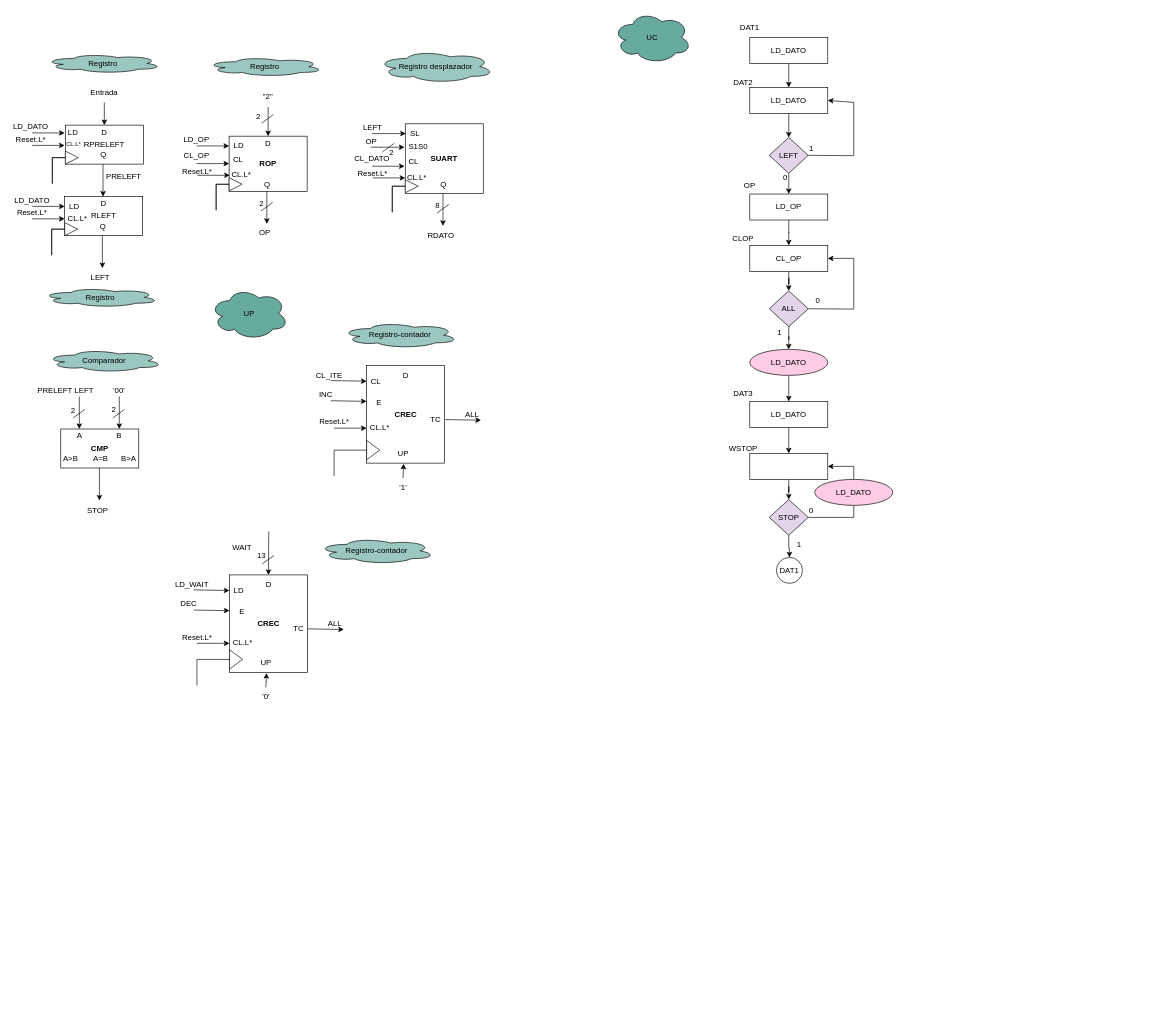
AlexAgustin/Grupo-C4 keeps this draw.io diagram as Grupo-C4/Proyecto/Documentación/UART.drawio. Above is the earlier version. Source tidied: cells renumbered, new cells numbered last; positions are measured from the earlier drawing's top-left corner, leaving out a move shared by most shapes. Both pictures are drawn from the tidied source at 65%, with x=0, y=0 at pixel (11, 11).
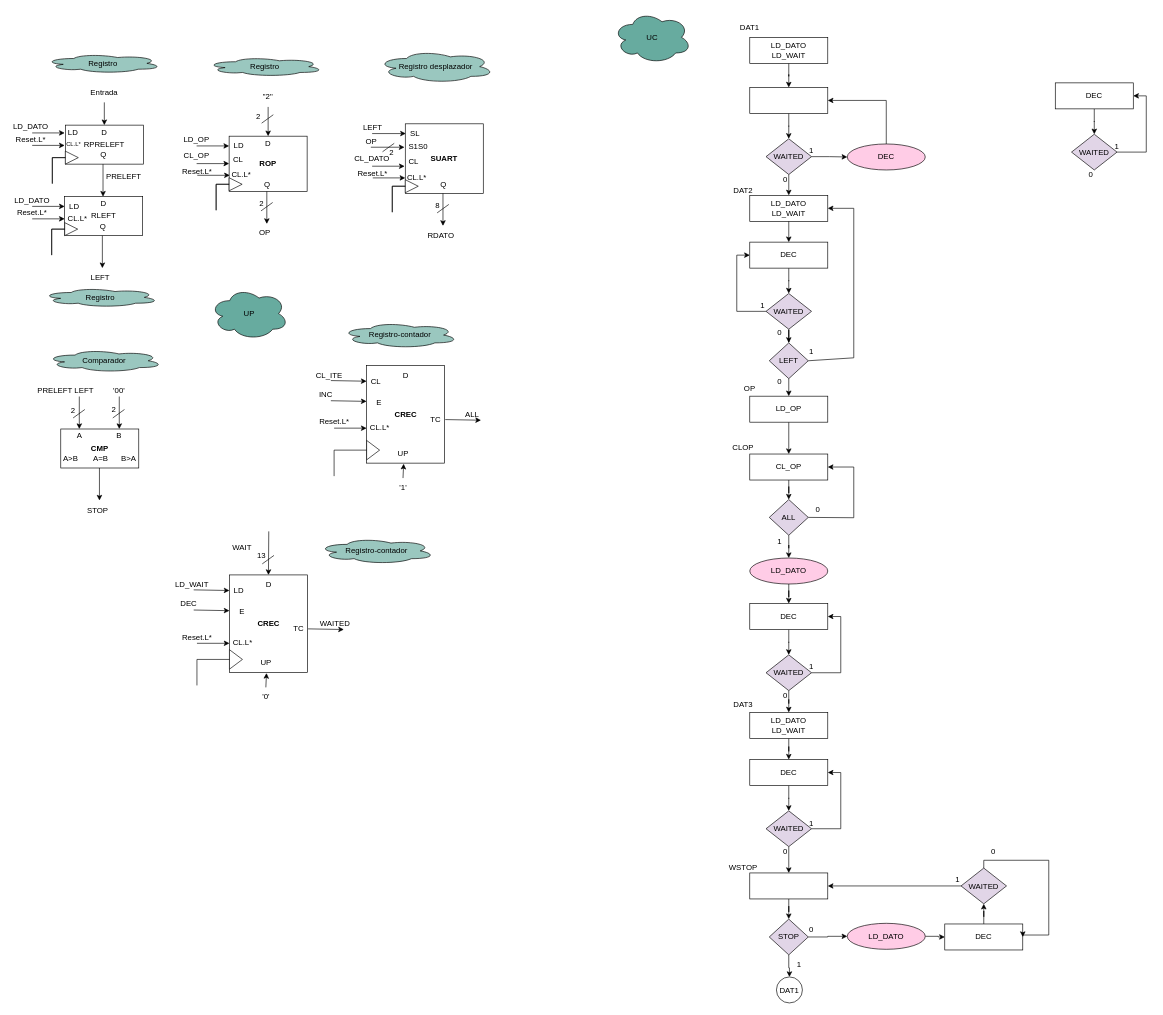
The same diagram, later.

Commit message:
UART UC y UP terminado

What changed in the source:
```diff
@@
+    <mxCell id="178" style="edgeStyle=orthogonalEdgeStyle;rounded=0;jettySize=auto;html=1;entryX=0.5;entryY=0;entryDx=0;entryDy=0;" parent="1" edge="1" source="93" target="188">
+      <mxGeometry relative="1" as="geometry" />
+    </mxCell>
-    <mxCell id="93" value="LD_DATO" style="rounded=0;whiteSpace=wrap;html=1;" parent="1" vertex="1">
+    <mxCell id="93" value="LD_DATO&lt;br&gt;LD_WAIT" style="rounded=0;whiteSpace=wrap;html=1;" parent="1" vertex="1">
       <mxGeometry x="1136" y="40" width="120" height="40" as="geometry" />
     </mxCell>
@@
-    <mxCell id="96" value="LD_DATO" style="rounded=0;whiteSpace=wrap;html=1;" parent="1" vertex="1">
-      <mxGeometry x="1136" y="117" width="120" height="40" as="geometry" />
+    <mxCell id="96" value="LD_DATO&lt;br&gt;LD_WAIT" style="rounded=0;whiteSpace=wrap;html=1;" parent="1" vertex="1">
+      <mxGeometry x="1136" y="283" width="120" height="40" as="geometry" />
     </mxCell>
     <mxCell id="97" value="LEFT" style="rhombus;whiteSpace=wrap;html=1;fillColor=#E1D5E7;" parent="1" vertex="1">
-      <mxGeometry x="1166" y="194" width="60" height="55" as="geometry" />
+      <mxGeometry x="1166" y="510" width="60" height="55" as="geometry" />
     </mxCell>
@@
     <mxCell id="99" value="LD_OP" style="rounded=0;whiteSpace=wrap;html=1;" parent="1" vertex="1">
-      <mxGeometry x="1136" y="281" width="120" height="40" as="geometry" />
+      <mxGeometry x="1136" y="592" width="120" height="40" as="geometry" />
     </mxCell>
@@
     <mxCell id="101" value="CL_OP" style="rounded=0;whiteSpace=wrap;html=1;" parent="1" vertex="1">
-      <mxGeometry x="1136" y="360" width="120" height="40" as="geometry" />
+      <mxGeometry x="1136" y="681" width="120" height="40" as="geometry" />
     </mxCell>
@@
     <mxCell id="103" value="ALL" style="rhombus;whiteSpace=wrap;html=1;fillColor=#E1D5E7;" parent="1" vertex="1">
-      <mxGeometry x="1166" y="430" width="60" height="55" as="geometry" />
+      <mxGeometry x="1166" y="751" width="60" height="55" as="geometry" />
     </mxCell>
-    <mxCell id="104" style="endArrow=classic;html=1;rounded=0;exitX=0.5;exitY=1;exitDx=0;exitDy=0;entryX=0.5;entryY=0;entryDx=0;entryDy=0;" parent="1" edge="1" source="93" target="96">
+    <mxCell id="104" style="endArrow=classic;html=1;rounded=0;exitX=0.5;exitY=1;exitDx=0;exitDy=0;entryX=0.5;entryY=0;entryDx=0;entryDy=0;" parent="1" edge="1" source="190" target="96">
       <mxGeometry relative="1" as="geometry" />
     </mxCell>
-    <mxCell id="105" style="endArrow=classic;html=1;rounded=0;exitX=0.5;exitY=1;exitDx=0;exitDy=0;entryX=0.5;entryY=0;entryDx=0;entryDy=0;" parent="1" edge="1" source="96" target="97">
+    <mxCell id="105" style="endArrow=classic;html=1;rounded=0;exitX=0.5;exitY=1;exitDx=0;exitDy=0;entryX=0.5;entryY=0;entryDx=0;entryDy=0;" parent="1" edge="1" source="96" target="196">
       <mxGeometry relative="1" as="geometry" />
     </mxCell>
@@
     <mxCell id="107" style="endArrow=classic;html=1;rounded=0;exitX=1;exitY=0.5;exitDx=0;exitDy=0;entryX=1;entryY=0.5;entryDx=0;entryDy=0;" parent="1" edge="1" source="97" target="96">
       <mxGeometry relative="1" as="geometry">
         <Array as="points">
-          <mxPoint x="1296" y="222" />
-          <mxPoint x="1296" y="140" />
+          <mxPoint x="1296" y="533" />
+          <mxPoint x="1296" y="303" />
         </Array>
       </mxGeometry>
     </mxCell>
     <mxCell id="108" value="0" style="text;html=1;strokeColor=none;fillColor=none;align=center;verticalAlign=middle;whiteSpace=wrap;rounded=0;" parent="1" vertex="1">
-      <mxGeometry x="1186" y="246" width="10" height="20" as="geometry" />
+      <mxGeometry x="1177" y="560" width="10" height="20" as="geometry" />
     </mxCell>
     <mxCell id="109" value="1" style="text;html=1;strokeColor=none;fillColor=none;align=center;verticalAlign=middle;whiteSpace=wrap;rounded=0;" parent="1" vertex="1">
-      <mxGeometry x="1226" y="202" width="10" height="20" as="geometry" />
+      <mxGeometry x="1226" y="513" width="10" height="20" as="geometry" />
     </mxCell>
     <mxCell id="110" value="0" style="text;html=1;strokeColor=none;fillColor=none;align=center;verticalAlign=middle;whiteSpace=wrap;rounded=0;" parent="1" vertex="1">
-      <mxGeometry x="1236" y="435" width="10" height="20" as="geometry" />
+      <mxGeometry x="1236" y="756" width="10" height="20" as="geometry" />
     </mxCell>
     <mxCell id="111" value="1" style="text;html=1;strokeColor=none;fillColor=none;align=center;verticalAlign=middle;whiteSpace=wrap;rounded=0;" parent="1" vertex="1">
-      <mxGeometry x="1177" y="485" width="10" height="20" as="geometry" />
+      <mxGeometry x="1177" y="806" width="10" height="20" as="geometry" />
     </mxCell>
-    <mxCell id="112" style="edgeStyle=orthogonalEdgeStyle;rounded=0;jettySize=auto;html=1;" parent="1" edge="1" source="113" target="115">
+    <mxCell id="112" style="edgeStyle=orthogonalEdgeStyle;rounded=0;jettySize=auto;html=1;entryX=0.5;entryY=0;entryDx=0;entryDy=0;" parent="1" edge="1" source="113" target="203">
       <mxGeometry relative="1" as="geometry" />
     </mxCell>
     <mxCell id="113" value="LD_DATO" style="ellipse;whiteSpace=wrap;html=1;fillColor=#FFCCE6;" parent="1" vertex="1">
-      <mxGeometry x="1136" y="520" width="120" height="40" as="geometry" />
+      <mxGeometry x="1136" y="841" width="120" height="40" as="geometry" />
     </mxCell>
-    <mxCell id="114" style="edgeStyle=orthogonalEdgeStyle;rounded=0;jettySize=auto;html=1;" parent="1" edge="1" source="115" target="117">
+    <mxCell id="114" style="edgeStyle=orthogonalEdgeStyle;rounded=0;jettySize=auto;html=1;" parent="1" edge="1" source="115" target="210">
       <mxGeometry relative="1" as="geometry" />
     </mxCell>
-    <mxCell id="115" value="LD_DATO" style="rounded=0;whiteSpace=wrap;html=1;" parent="1" vertex="1">
-      <mxGeometry x="1136" y="600" width="120" height="40" as="geometry" />
+    <mxCell id="115" value="LD_DATO&lt;br&gt;LD_WAIT" style="rounded=0;whiteSpace=wrap;html=1;" parent="1" vertex="1">
+      <mxGeometry x="1136" y="1078.5" width="120" height="40" as="geometry" />
     </mxCell>
@@
     <mxCell id="117" style="rounded=0;whiteSpace=wrap;html=1;" parent="1" vertex="1">
-      <mxGeometry x="1136" y="680" width="120" height="40" as="geometry" />
+      <mxGeometry x="1136" y="1325.5" width="120" height="40" as="geometry" />
     </mxCell>
@@
+    <mxCell id="179" style="edgeStyle=orthogonalEdgeStyle;rounded=0;jettySize=auto;html=1;entryX=0;entryY=0.5;entryDx=0;entryDy=0;" parent="1" edge="1" source="119" target="131">
+      <mxGeometry relative="1" as="geometry">
+        <Array as="points">
+          <mxPoint x="1256" y="1424" />
+          <mxPoint x="1286" y="1423" />
+        </Array>
+      </mxGeometry>
+    </mxCell>
     <mxCell id="119" value="STOP" style="rhombus;whiteSpace=wrap;html=1;fillColor=#E1D5E7;" parent="1" vertex="1">
-      <mxGeometry x="1166" y="751" width="60" height="55" as="geometry" />
+      <mxGeometry x="1166" y="1396.5" width="60" height="55" as="geometry" />
     </mxCell>
     <mxCell id="120" value="DAT1" style="ellipse;whiteSpace=wrap;html=1;fillColor=#FFFFFF;" parent="1" vertex="1">
-      <mxGeometry x="1177" y="840" width="40" height="40" as="geometry" />
+      <mxGeometry x="1177" y="1485.5" width="40" height="40" as="geometry" />
     </mxCell>
-    <mxCell id="121" style="edgeStyle=orthogonalEdgeStyle;rounded=0;jettySize=auto;html=1;exitX=1;exitY=0.5;exitDx=0;exitDy=0;entryX=1;entryY=0.5;entryDx=0;entryDy=0;" parent="1" edge="1" source="119" target="117">
-      <mxGeometry relative="1" as="geometry">
-        <Array as="points">
-          <mxPoint x="1296" y="779" />
-          <mxPoint x="1296" y="700" />
-        </Array>
-      </mxGeometry>
-    </mxCell>
     <mxCell id="122" style="endArrow=classic;html=1;rounded=0;entryX=1;entryY=0.5;entryDx=0;entryDy=0;exitX=1;exitY=0.5;exitDx=0;exitDy=0;" parent="1" edge="1" source="103" target="101">
       <mxGeometry relative="1" as="geometry">
         <Array as="points">
-          <mxPoint x="1296" y="458" />
-          <mxPoint x="1296" y="380" />
+          <mxPoint x="1296" y="779" />
+          <mxPoint x="1296" y="701" />
         </Array>
       </mxGeometry>
     </mxCell>
     <mxCell id="123" value="1" style="text;html=1;strokeColor=none;fillColor=none;align=center;verticalAlign=middle;whiteSpace=wrap;rounded=0;" parent="1" vertex="1">
-      <mxGeometry x="1207" y="810" width="10" height="20" as="geometry" />
+      <mxGeometry x="1207" y="1455.5" width="10" height="20" as="geometry" />
     </mxCell>
     <mxCell id="124" value="0" style="text;html=1;strokeColor=none;fillColor=none;align=center;verticalAlign=middle;whiteSpace=wrap;rounded=0;" parent="1" vertex="1">
-      <mxGeometry x="1226" y="757.5" width="10" height="20" as="geometry" />
+      <mxGeometry x="1226" y="1403" width="10" height="20" as="geometry" />
     </mxCell>
@@
     <mxCell id="126" value="DAT2" style="text;html=1;strokeColor=none;fillColor=none;align=center;verticalAlign=middle;whiteSpace=wrap;rounded=0;" parent="1" vertex="1">
-      <mxGeometry x="1096" y="95" width="60" height="30" as="geometry" />
+      <mxGeometry x="1096" y="261" width="60" height="30" as="geometry" />
     </mxCell>
     <mxCell id="127" value="OP" style="text;html=1;strokeColor=none;fillColor=none;align=center;verticalAlign=middle;whiteSpace=wrap;rounded=0;" parent="1" vertex="1">
-      <mxGeometry x="1106" y="254" width="60" height="30" as="geometry" />
+      <mxGeometry x="1106" y="565" width="60" height="30" as="geometry" />
     </mxCell>
     <mxCell id="128" value="CLOP" style="text;html=1;strokeColor=none;fillColor=none;align=center;verticalAlign=middle;whiteSpace=wrap;rounded=0;" parent="1" vertex="1">
-      <mxGeometry x="1096" y="335" width="60" height="30" as="geometry" />
+      <mxGeometry x="1096" y="656" width="60" height="30" as="geometry" />
     </mxCell>
     <mxCell id="129" value="DAT3" style="text;html=1;strokeColor=none;fillColor=none;align=center;verticalAlign=middle;whiteSpace=wrap;rounded=0;" parent="1" vertex="1">
-      <mxGeometry x="1096" y="572.5" width="60" height="30" as="geometry" />
+      <mxGeometry x="1096" y="1051" width="60" height="30" as="geometry" />
     </mxCell>
     <mxCell id="130" value="WSTOP" style="text;html=1;strokeColor=none;fillColor=none;align=center;verticalAlign=middle;whiteSpace=wrap;rounded=0;" parent="1" vertex="1">
-      <mxGeometry x="1096" y="657.5" width="60" height="30" as="geometry" />
+      <mxGeometry x="1096" y="1303" width="60" height="30" as="geometry" />
     </mxCell>
+    <mxCell id="180" style="edgeStyle=orthogonalEdgeStyle;rounded=0;jettySize=auto;html=1;entryX=0;entryY=0.5;entryDx=0;entryDy=0;" parent="1" edge="1" source="131" target="217">
+      <mxGeometry relative="1" as="geometry" />
+    </mxCell>
     <mxCell id="131" value="LD_DATO" style="ellipse;whiteSpace=wrap;html=1;fillColor=#FFCCE6;" parent="1" vertex="1">
-      <mxGeometry x="1236" y="720" width="120" height="40" as="geometry" />
+      <mxGeometry x="1286" y="1403" width="120" height="40" as="geometry" />
     </mxCell>
@@
-    <mxCell id="159" value="ALL" style="text;html=1;strokeColor=none;fillColor=none;align=center;verticalAlign=middle;whiteSpace=wrap;rounded=0;" parent="1" vertex="1">
+    <mxCell id="159" value="WAITED" style="text;html=1;strokeColor=none;fillColor=none;align=center;verticalAlign=middle;whiteSpace=wrap;rounded=0;" parent="1" vertex="1">
       <mxGeometry x="467.5" y="927" width="60" height="30" as="geometry" />
     </mxCell>
@@
+    <mxCell id="181" style="edgeStyle=orthogonalEdgeStyle;rounded=0;jettySize=auto;html=1;" parent="1" edge="1" source="182" target="184">
+      <mxGeometry relative="1" as="geometry" />
+    </mxCell>
+    <mxCell id="182" value="DEC" style="rounded=0;whiteSpace=wrap;html=1;" parent="1" vertex="1">
+      <mxGeometry x="1606" y="110" width="120" height="40" as="geometry" />
+    </mxCell>
+    <mxCell id="183" style="edgeStyle=orthogonalEdgeStyle;rounded=0;jettySize=auto;html=1;entryX=1;entryY=0.5;entryDx=0;entryDy=0;" parent="1" edge="1" source="184" target="182">
+      <mxGeometry relative="1" as="geometry">
+        <Array as="points">
+          <mxPoint x="1746" y="217" />
+          <mxPoint x="1746" y="130" />
+        </Array>
+      </mxGeometry>
+    </mxCell>
+    <mxCell id="184" value="WAITED" style="rhombus;whiteSpace=wrap;html=1;fillColor=#E1D5E7;" parent="1" vertex="1">
+      <mxGeometry x="1631" y="189" width="70" height="55" as="geometry" />
+    </mxCell>
+    <mxCell id="185" value="0" style="text;html=1;strokeColor=none;fillColor=none;align=center;verticalAlign=middle;whiteSpace=wrap;rounded=0;" parent="1" vertex="1">
+      <mxGeometry x="1656" y="242" width="10" height="20" as="geometry" />
+    </mxCell>
+    <mxCell id="186" value="1" style="text;html=1;strokeColor=none;fillColor=none;align=center;verticalAlign=middle;whiteSpace=wrap;rounded=0;" parent="1" vertex="1">
+      <mxGeometry x="1696" y="198" width="10" height="20" as="geometry" />
+    </mxCell>
+    <mxCell id="187" style="edgeStyle=orthogonalEdgeStyle;rounded=0;jettySize=auto;html=1;" parent="1" edge="1" source="188" target="190">
+      <mxGeometry relative="1" as="geometry" />
+    </mxCell>
+    <mxCell id="188" style="rounded=0;whiteSpace=wrap;html=1;" parent="1" vertex="1">
+      <mxGeometry x="1136" y="117" width="120" height="40" as="geometry" />
+    </mxCell>
+    <mxCell id="189" style="edgeStyle=orthogonalEdgeStyle;rounded=0;jettySize=auto;html=1;" parent="1" edge="1" source="190" target="192">
+      <mxGeometry relative="1" as="geometry" />
+    </mxCell>
+    <mxCell id="190" value="WAITED" style="rhombus;whiteSpace=wrap;html=1;fillColor=#E1D5E7;" parent="1" vertex="1">
+      <mxGeometry x="1161" y="196" width="70" height="55" as="geometry" />
+    </mxCell>
+    <mxCell id="191" style="edgeStyle=orthogonalEdgeStyle;rounded=0;jettySize=auto;html=1;entryX=1;entryY=0.5;entryDx=0;entryDy=0;" parent="1" edge="1" source="192" target="188">
+      <mxGeometry relative="1" as="geometry">
+        <Array as="points">
+          <mxPoint x="1346" y="137" />
+        </Array>
+      </mxGeometry>
+    </mxCell>
+    <mxCell id="192" value="DEC" style="ellipse;whiteSpace=wrap;html=1;fillColor=#FFCCE6;" parent="1" vertex="1">
+      <mxGeometry x="1286" y="204" width="120" height="40" as="geometry" />
+    </mxCell>
+    <mxCell id="193" value="0" style="text;html=1;strokeColor=none;fillColor=none;align=center;verticalAlign=middle;whiteSpace=wrap;rounded=0;" parent="1" vertex="1">
+      <mxGeometry x="1186" y="249" width="10" height="20" as="geometry" />
+    </mxCell>
+    <mxCell id="194" value="1" style="text;html=1;strokeColor=none;fillColor=none;align=center;verticalAlign=middle;whiteSpace=wrap;rounded=0;" parent="1" vertex="1">
+      <mxGeometry x="1226" y="205" width="10" height="20" as="geometry" />
+    </mxCell>
+    <mxCell id="195" style="edgeStyle=orthogonalEdgeStyle;rounded=0;jettySize=auto;html=1;" parent="1" edge="1" source="196" target="199">
+      <mxGeometry relative="1" as="geometry" />
+    </mxCell>
+    <mxCell id="196" value="DEC" style="rounded=0;whiteSpace=wrap;html=1;" parent="1" vertex="1">
+      <mxGeometry x="1136" y="355" width="120" height="40" as="geometry" />
+    </mxCell>
+    <mxCell id="197" style="edgeStyle=orthogonalEdgeStyle;rounded=0;jettySize=auto;html=1;entryX=0;entryY=0.5;entryDx=0;entryDy=0;" parent="1" edge="1" source="199" target="196">
+      <mxGeometry relative="1" as="geometry">
+        <Array as="points">
+          <mxPoint x="1116" y="462" />
+          <mxPoint x="1116" y="375" />
+        </Array>
+      </mxGeometry>
+    </mxCell>
+    <mxCell id="198" style="edgeStyle=orthogonalEdgeStyle;rounded=0;jettySize=auto;html=1;entryX=0.5;entryY=0;entryDx=0;entryDy=0;" parent="1" edge="1" source="199" target="97">
+      <mxGeometry relative="1" as="geometry" />
+    </mxCell>
+    <mxCell id="199" value="WAITED" style="rhombus;whiteSpace=wrap;html=1;fillColor=#E1D5E7;" parent="1" vertex="1">
+      <mxGeometry x="1161" y="434" width="70" height="55" as="geometry" />
+    </mxCell>
+    <mxCell id="200" value="0" style="text;html=1;strokeColor=none;fillColor=none;align=center;verticalAlign=middle;whiteSpace=wrap;rounded=0;" parent="1" vertex="1">
+      <mxGeometry x="1177" y="485" width="10" height="20" as="geometry" />
+    </mxCell>
+    <mxCell id="201" value="1" style="text;html=1;strokeColor=none;fillColor=none;align=center;verticalAlign=middle;whiteSpace=wrap;rounded=0;" parent="1" vertex="1">
+      <mxGeometry x="1151" y="443" width="10" height="20" as="geometry" />
+    </mxCell>
+    <mxCell id="202" style="edgeStyle=orthogonalEdgeStyle;rounded=0;jettySize=auto;html=1;" parent="1" edge="1" source="203" target="206">
+      <mxGeometry relative="1" as="geometry" />
+    </mxCell>
+    <mxCell id="203" value="DEC" style="rounded=0;whiteSpace=wrap;html=1;" parent="1" vertex="1">
+      <mxGeometry x="1136" y="911" width="120" height="40" as="geometry" />
+    </mxCell>
+    <mxCell id="204" style="edgeStyle=orthogonalEdgeStyle;rounded=0;jettySize=auto;html=1;entryX=1;entryY=0.5;entryDx=0;entryDy=0;" parent="1" edge="1" source="206" target="203">
+      <mxGeometry relative="1" as="geometry">
+        <Array as="points">
+          <mxPoint x="1276" y="1018" />
+          <mxPoint x="1276" y="931" />
+        </Array>
+      </mxGeometry>
+    </mxCell>
+    <mxCell id="205" style="edgeStyle=orthogonalEdgeStyle;rounded=0;jettySize=auto;html=1;" parent="1" edge="1" source="206" target="115">
+      <mxGeometry relative="1" as="geometry" />
+    </mxCell>
+    <mxCell id="206" value="WAITED" style="rhombus;whiteSpace=wrap;html=1;fillColor=#E1D5E7;" parent="1" vertex="1">
+      <mxGeometry x="1161" y="990" width="70" height="55" as="geometry" />
+    </mxCell>
+    <mxCell id="207" value="0" style="text;html=1;strokeColor=none;fillColor=none;align=center;verticalAlign=middle;whiteSpace=wrap;rounded=0;" parent="1" vertex="1">
+      <mxGeometry x="1186" y="1043" width="10" height="20" as="geometry" />
+    </mxCell>
+    <mxCell id="208" value="1" style="text;html=1;strokeColor=none;fillColor=none;align=center;verticalAlign=middle;whiteSpace=wrap;rounded=0;" parent="1" vertex="1">
+      <mxGeometry x="1226" y="999" width="10" height="20" as="geometry" />
+    </mxCell>
+    <mxCell id="209" style="edgeStyle=orthogonalEdgeStyle;rounded=0;jettySize=auto;html=1;" parent="1" edge="1" source="210" target="213">
+      <mxGeometry relative="1" as="geometry" />
+    </mxCell>
+    <mxCell id="210" value="DEC" style="rounded=0;whiteSpace=wrap;html=1;" parent="1" vertex="1">
+      <mxGeometry x="1136" y="1151" width="120" height="40" as="geometry" />
+    </mxCell>
+    <mxCell id="211" style="edgeStyle=orthogonalEdgeStyle;rounded=0;jettySize=auto;html=1;entryX=1;entryY=0.5;entryDx=0;entryDy=0;" parent="1" edge="1" source="213" target="210">
+      <mxGeometry relative="1" as="geometry">
+        <Array as="points">
+          <mxPoint x="1276" y="1257.5" />
+          <mxPoint x="1276" y="1171.5" />
+        </Array>
+      </mxGeometry>
+    </mxCell>
+    <mxCell id="212" style="edgeStyle=orthogonalEdgeStyle;rounded=0;jettySize=auto;html=1;" parent="1" edge="1" source="213" target="117">
+      <mxGeometry relative="1" as="geometry" />
+    </mxCell>
+    <mxCell id="213" value="WAITED" style="rhombus;whiteSpace=wrap;html=1;fillColor=#E1D5E7;" parent="1" vertex="1">
+      <mxGeometry x="1161" y="1230" width="70" height="55" as="geometry" />
+    </mxCell>
+    <mxCell id="214" value="0" style="text;html=1;strokeColor=none;fillColor=none;align=center;verticalAlign=middle;whiteSpace=wrap;rounded=0;" parent="1" vertex="1">
+      <mxGeometry x="1186" y="1283" width="10" height="20" as="geometry" />
+    </mxCell>
+    <mxCell id="215" value="1" style="text;html=1;strokeColor=none;fillColor=none;align=center;verticalAlign=middle;whiteSpace=wrap;rounded=0;" parent="1" vertex="1">
+      <mxGeometry x="1226" y="1239" width="10" height="20" as="geometry" />
+    </mxCell>
+    <mxCell id="216" style="edgeStyle=orthogonalEdgeStyle;rounded=0;jettySize=auto;html=1;" parent="1" edge="1" source="217" target="220">
+      <mxGeometry relative="1" as="geometry" />
+    </mxCell>
+    <mxCell id="217" value="DEC" style="rounded=0;whiteSpace=wrap;html=1;" parent="1" vertex="1">
+      <mxGeometry x="1436" y="1404" width="120" height="40" as="geometry" />
+    </mxCell>
+    <mxCell id="218" style="edgeStyle=orthogonalEdgeStyle;rounded=0;jettySize=auto;html=1;entryX=1;entryY=0.5;entryDx=0;entryDy=0;" parent="1" edge="1" source="220" target="217">
+      <mxGeometry relative="1" as="geometry">
+        <Array as="points">
+          <mxPoint x="1496" y="1306" />
+          <mxPoint x="1596" y="1306" />
+          <mxPoint x="1596" y="1421" />
+          <mxPoint x="1556" y="1421" />
+        </Array>
+      </mxGeometry>
+    </mxCell>
+    <mxCell id="219" style="edgeStyle=orthogonalEdgeStyle;rounded=0;jettySize=auto;html=1;" parent="1" edge="1" source="220" target="117">
+      <mxGeometry relative="1" as="geometry" />
+    </mxCell>
+    <mxCell id="220" value="WAITED" style="rhombus;whiteSpace=wrap;html=1;fillColor=#E1D5E7;" parent="1" vertex="1">
+      <mxGeometry x="1461" y="1318" width="70" height="55" as="geometry" />
+    </mxCell>
+    <mxCell id="221" value="0" style="text;html=1;strokeColor=none;fillColor=none;align=center;verticalAlign=middle;whiteSpace=wrap;rounded=0;" parent="1" vertex="1">
+      <mxGeometry x="1506" y="1283" width="10" height="20" as="geometry" />
+    </mxCell>
+    <mxCell id="222" value="1" style="text;html=1;strokeColor=none;fillColor=none;align=center;verticalAlign=middle;whiteSpace=wrap;rounded=0;" parent="1" vertex="1">
+      <mxGeometry x="1451" y="1325.5" width="10" height="20" as="geometry" />
+    </mxCell>
```
